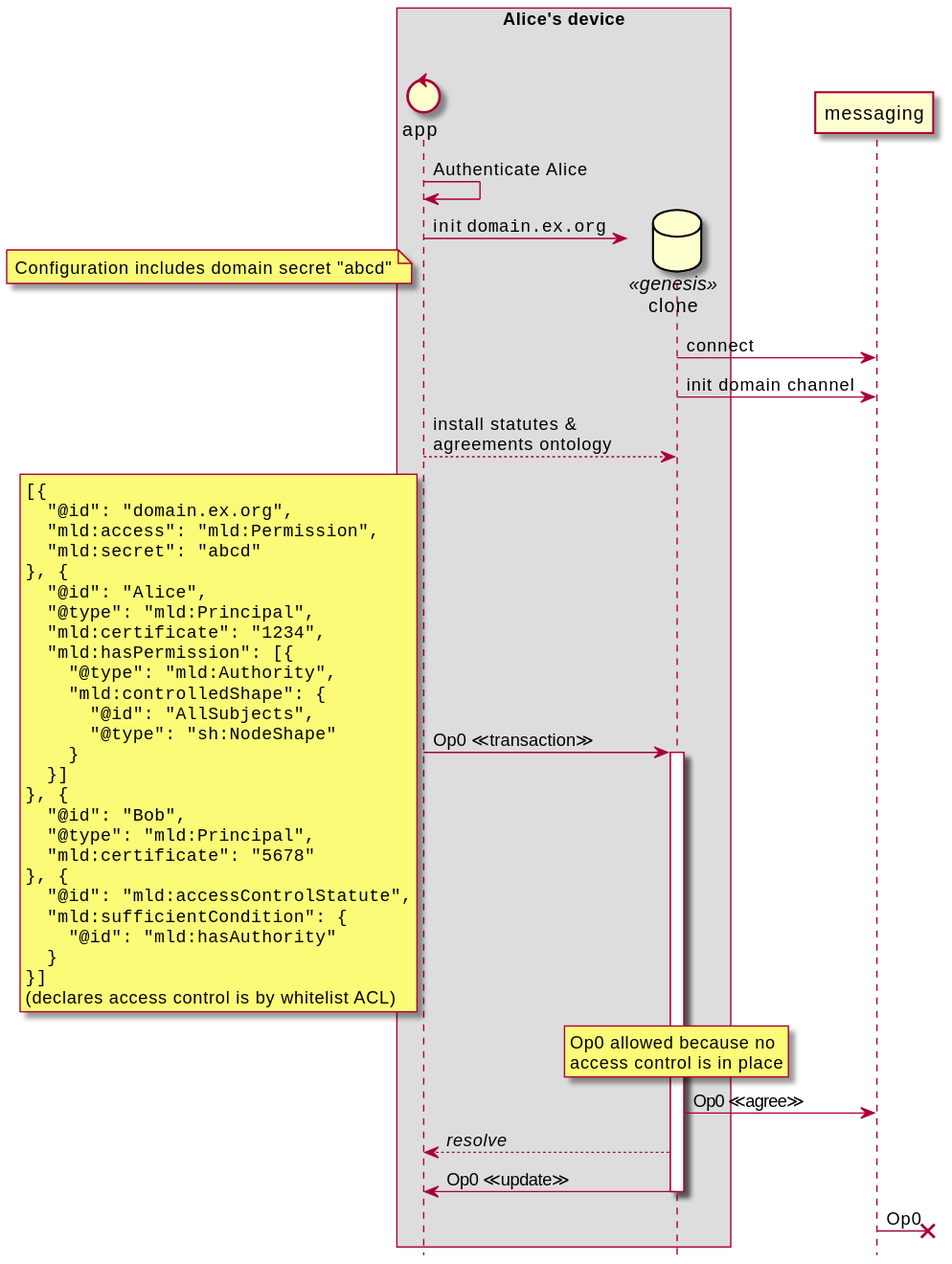
Before: design/img/1-genesis-alice.seq.svg, a diagram exported from PlantUML (m-ld/m-ld-security-spec).
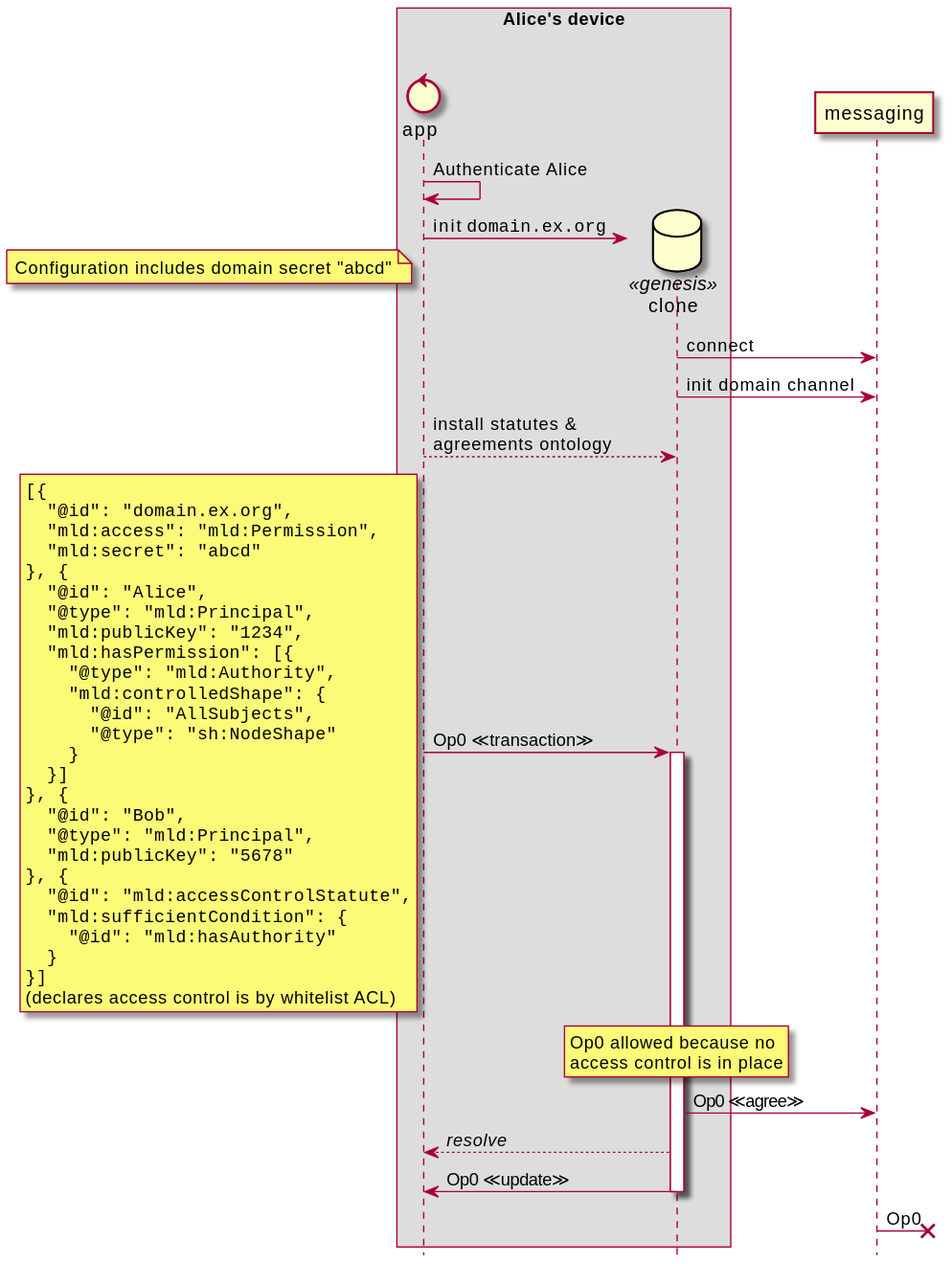
The same file after the commit.

Diff of the diagram source:
```diff
@@ -26,7 +26,7 @@
 }, {
   "@id": "Alice",
   "@type": "mld:Principal",
-  "mld:certificate": "1234",
+  "mld:publicKey": "1234",
   "mld:hasPermission": [{
     "@type": "mld:Authority",
     "mld:controlledShape": {
@@ -37,7 +37,7 @@
 }, {
   "@id": "Bob",
   "@type": "mld:Principal",
-  "mld:certificate": "5678"
+  "mld:publicKey": "5678"
 }, {
   "@id": "mld:accessControlStatute",
   "mld:sufficientCondition": {
```
